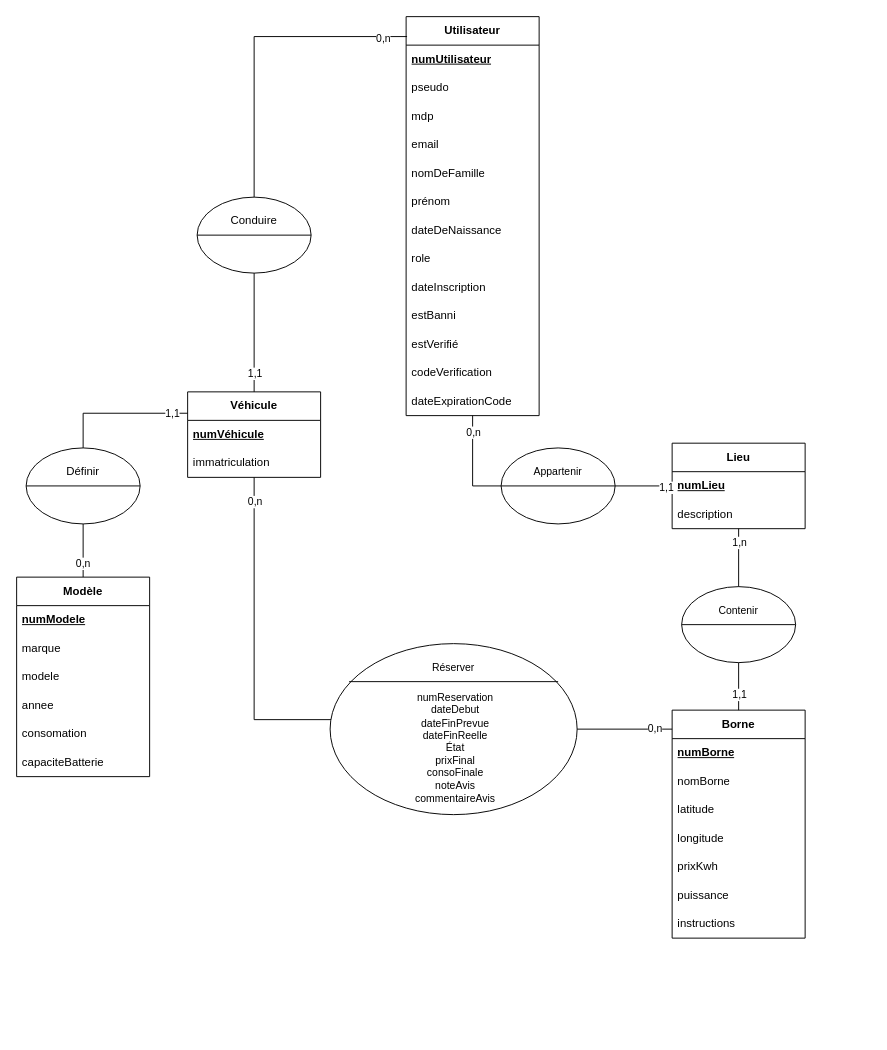
Earlier version of the draw.io diagram page "mcd" (1 of 3) of merise-electricity-business.drawio (LaiPe/electricity-business-back). Source tidied: cells renumbered, new cells numbered last; positions are measured from the earlier drawing's top-left corner, leaving out a move shared by most shapes. Both pictures are drawn from the tidied source at 95%, with x=0, y=0 at pixel (16, 16).
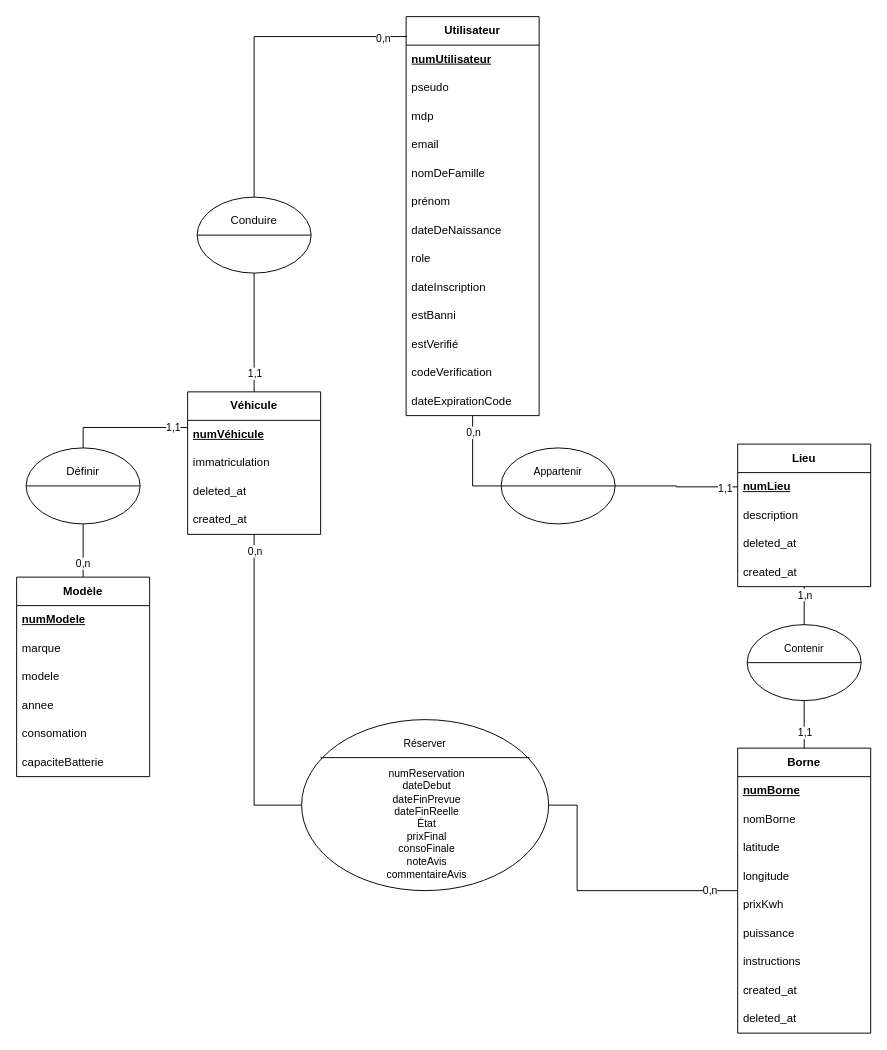
The same page after the edit.

Unchanged cells that the change refers to:
```xml
<mxCell id="46" style="ellipse;whiteSpace=wrap;html=1;fontFamily=Helvetica;fontSize=11;fontColor=default;labelBackgroundColor=default;" parent="45" vertex="1">
  <mxGeometry width="260" height="180" as="geometry" />
</mxCell>
```

What changed in the source:
```diff
@@
     <mxCell id="2" style="edgeStyle=orthogonalEdgeStyle;shape=connector;rounded=0;jettySize=auto;html=1;entryX=0;entryY=0.5;entryDx=0;entryDy=0;strokeColor=default;align=center;verticalAlign=middle;fontFamily=Helvetica;fontSize=11;fontColor=default;labelBackgroundColor=default;startFill=0;endArrow=none;" parent="1" edge="1" source="52" target="46">
       <mxGeometry relative="1" as="geometry">
         <Array as="points">
-          <mxPoint x="250" y="740" />
-          <mxPoint x="460" y="740" />
+          <mxPoint x="250" y="830" />
         </Array>
       </mxGeometry>
     </mxCell>
@@
     <mxCell id="18" value="&lt;b&gt;Borne&lt;/b&gt;" style="swimlane;fontStyle=0;horizontal=1;startSize=30;whiteSpace=wrap;html=1;" parent="1" vertex="1">
-      <mxGeometry x="690" y="730" width="140" height="240" as="geometry" />
+      <mxGeometry x="759" y="770" width="140" height="300" as="geometry" />
     </mxCell>
@@
+    <mxCell id="78" value="created_at" style="text;strokeColor=none;fillColor=none;align=left;verticalAlign=middle;spacingLeft=4;spacingRight=4;overflow=hidden;whiteSpace=wrap;html=1;" parent="18" vertex="1">
+      <mxGeometry y="240" width="140" height="30" as="geometry" />
+    </mxCell>
+    <mxCell id="79" value="deleted_at" style="text;strokeColor=none;fillColor=none;align=left;verticalAlign=middle;spacingLeft=4;spacingRight=4;overflow=hidden;whiteSpace=wrap;html=1;" parent="18" vertex="1">
+      <mxGeometry y="270" width="140" height="30" as="geometry" />
+    </mxCell>
     <mxCell id="26" value="&lt;b&gt;Lieu&lt;/b&gt;" style="swimlane;fontStyle=0;horizontal=1;startSize=30;whiteSpace=wrap;html=1;" parent="1" vertex="1">
-      <mxGeometry x="690" y="449" width="140" height="90" as="geometry" />
+      <mxGeometry x="759" y="450" width="140" height="150" as="geometry" />
     </mxCell>
@@
+    <mxCell id="80" value="deleted_at" style="text;strokeColor=none;fillColor=none;align=left;verticalAlign=middle;spacingLeft=4;spacingRight=4;overflow=hidden;whiteSpace=wrap;html=1;" parent="26" vertex="1">
+      <mxGeometry y="90" width="140" height="30" as="geometry" />
+    </mxCell>
+    <mxCell id="81" value="created_at" style="text;strokeColor=none;fillColor=none;align=left;verticalAlign=middle;spacingLeft=4;spacingRight=4;overflow=hidden;whiteSpace=wrap;html=1;" parent="26" vertex="1">
+      <mxGeometry y="120" width="140" height="30" as="geometry" />
+    </mxCell>
@@
     <mxCell id="37" style="group;fontFamily=Helvetica;fontSize=11;fontColor=default;labelBackgroundColor=default;" parent="1" vertex="1">
-      <mxGeometry x="700" y="600" width="120" height="80" as="geometry" />
+      <mxGeometry x="769" y="640" width="120" height="80" as="geometry" />
     </mxCell>
@@
     <mxCell id="45" style="group;fontFamily=Helvetica;fontSize=11;fontColor=default;labelBackgroundColor=default;rounded=0;" parent="1" vertex="1">
-      <mxGeometry x="330" y="660" width="260" height="180" as="geometry" />
+      <mxGeometry x="300" y="740" width="260" height="180" as="geometry" />
     </mxCell>
@@
     <mxCell id="50" style="edgeStyle=orthogonalEdgeStyle;shape=connector;rounded=0;jettySize=auto;html=1;strokeColor=default;align=center;verticalAlign=middle;fontFamily=Helvetica;fontSize=11;fontColor=default;labelBackgroundColor=default;startFill=0;endArrow=none;exitX=1;exitY=0.5;exitDx=0;exitDy=0;" parent="1" edge="1" source="46" target="18">
       <mxGeometry relative="1" as="geometry">
         <Array as="points">
-          <mxPoint x="590" y="750" />
+          <mxPoint x="590" y="830" />
+          <mxPoint x="590" y="920" />
         </Array>
       </mxGeometry>
     </mxCell>
@@
     <mxCell id="52" value="&lt;b&gt;Véhicule&lt;/b&gt;" style="swimlane;fontStyle=0;horizontal=1;startSize=30;whiteSpace=wrap;html=1;rotation=0;absoluteArcSize=0;" parent="1" vertex="1">
-      <mxGeometry x="180" y="395" width="140" height="90" as="geometry" />
+      <mxGeometry x="180" y="395" width="140" height="150" as="geometry" />
     </mxCell>
@@
+    <mxCell id="82" value="deleted_at" style="text;strokeColor=none;fillColor=none;align=left;verticalAlign=middle;spacingLeft=4;spacingRight=4;overflow=hidden;whiteSpace=wrap;html=1;" parent="52" vertex="1">
+      <mxGeometry y="90" width="140" height="30" as="geometry" />
+    </mxCell>
+    <mxCell id="83" value="created_at" style="text;strokeColor=none;fillColor=none;align=left;verticalAlign=middle;spacingLeft=4;spacingRight=4;overflow=hidden;whiteSpace=wrap;html=1;" parent="52" vertex="1">
+      <mxGeometry y="120" width="140" height="30" as="geometry" />
+    </mxCell>
```
